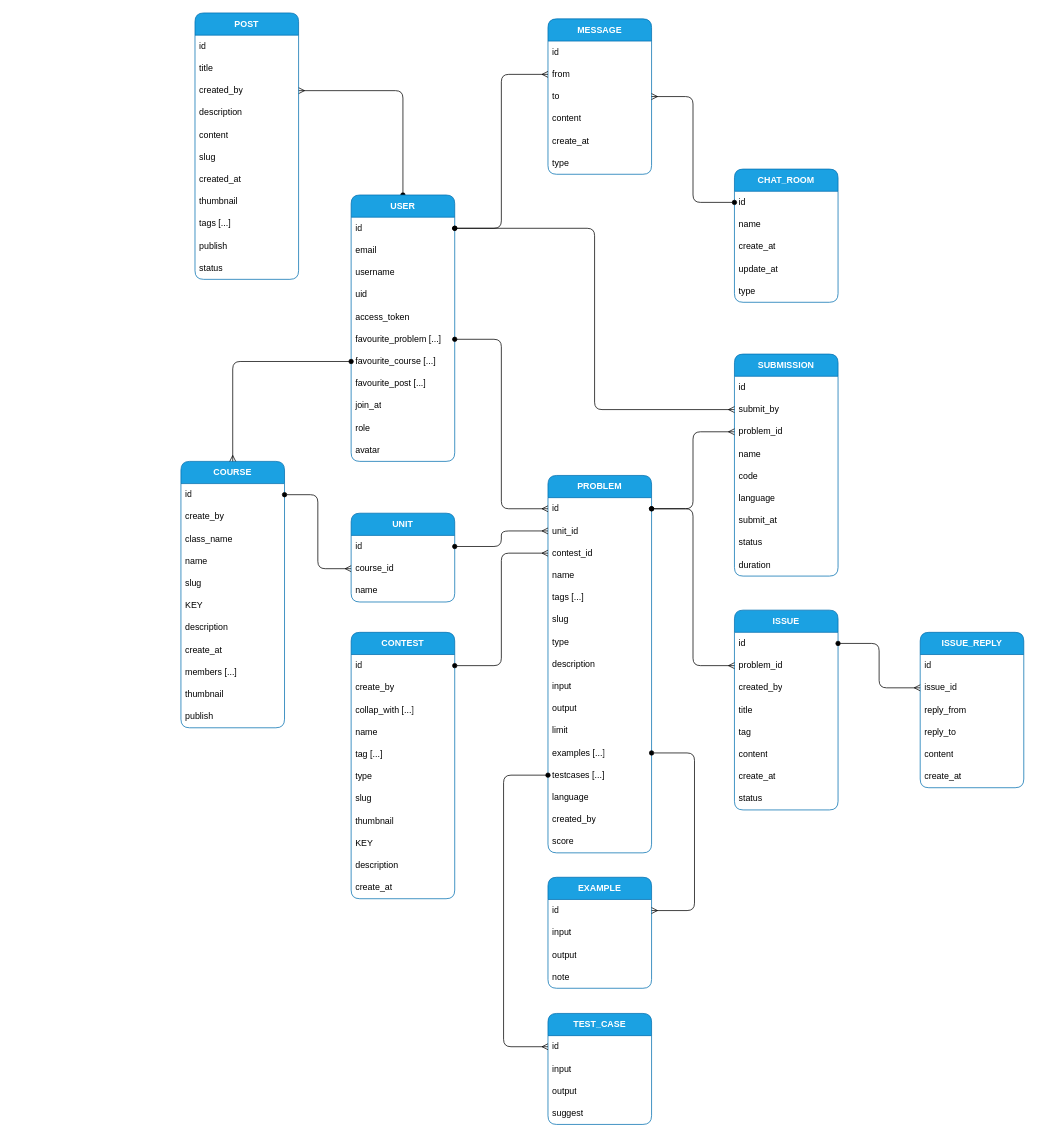
Above: docs/db.drawio in kakanvk/hicommit-server (draw.io), before the change. Source tidied: cells renumbered, new cells numbered last; positions are measured from the earlier drawing's top-left corner, leaving out a move shared by most shapes. Both pictures are drawn from the tidied source at 74%, with x=0, y=0 at pixel (181, 13).
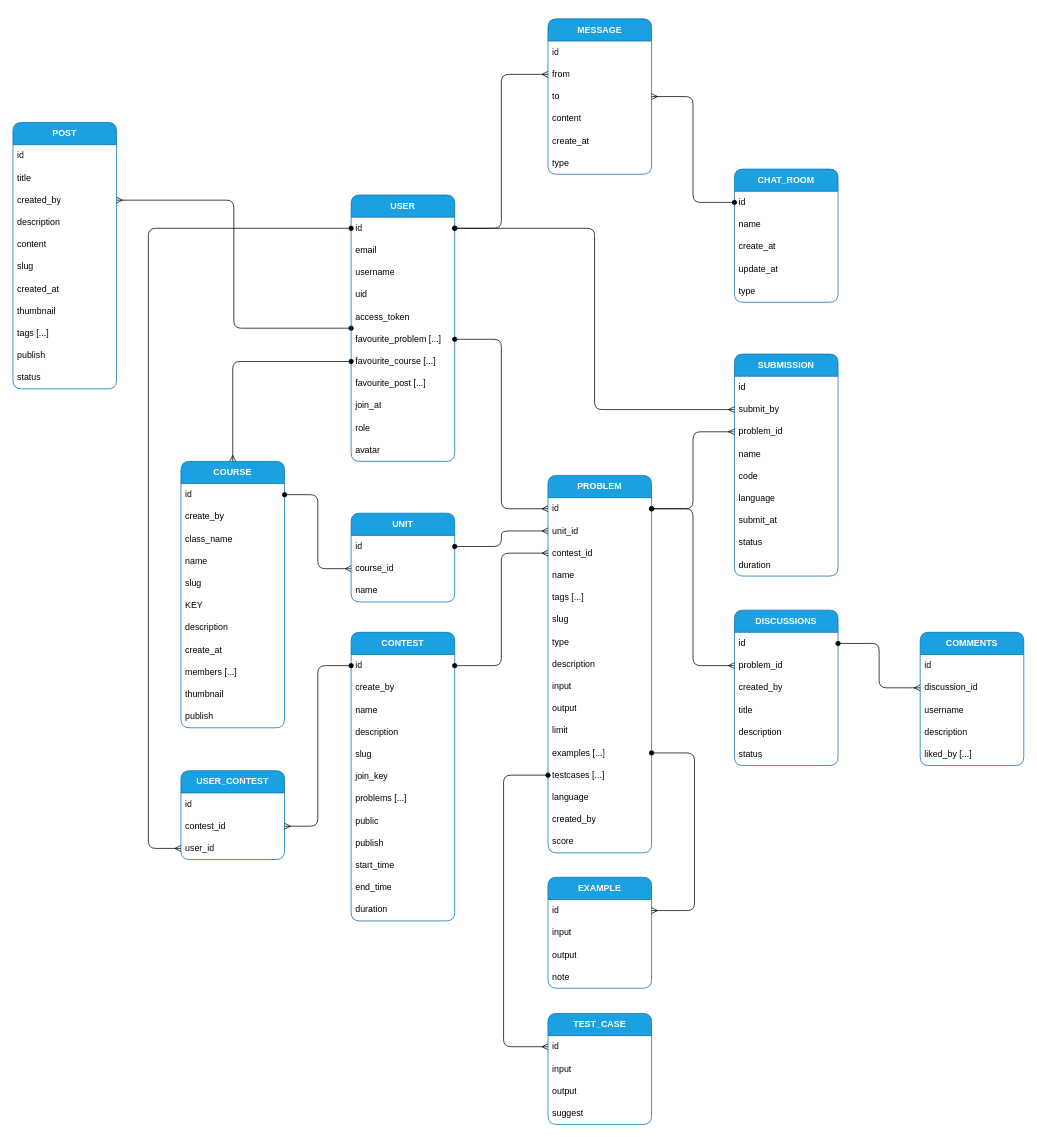
The same page after the edit.

Unchanged cells that the change refers to:
```xml
<mxCell id="38" value="id" style="text;strokeColor=none;fillColor=none;align=left;verticalAlign=middle;spacingLeft=4;spacingRight=4;overflow=hidden;points=[[0,0.5],[1,0.5]];portConstraint=eastwest;whiteSpace=wrap;html=1;" parent="37" vertex="1">
  <mxGeometry y="30" width="140" height="30" as="geometry" />
</mxCell>
<mxCell id="52" value="id" style="text;strokeColor=none;fillColor=none;align=left;verticalAlign=middle;spacingLeft=4;spacingRight=4;overflow=hidden;points=[[0,0.5],[1,0.5]];portConstraint=eastwest;whiteSpace=wrap;html=1;" parent="51" vertex="1">
  <mxGeometry y="30" width="140" height="30" as="geometry" />
</mxCell>
```

Change to the diagram source:
```diff
@@
     <mxCell id="37" value="&lt;b&gt;CONTEST&lt;/b&gt;" style="swimlane;fontStyle=0;horizontal=1;startSize=30;whiteSpace=wrap;html=1;rounded=1;fillColor=#1ba1e2;fontColor=#ffffff;strokeColor=#006EAF;arcSize=13;" parent="1" vertex="1">
-      <mxGeometry x="230" y="837" width="140" height="360" as="geometry" />
+      <mxGeometry x="230" y="837" width="140" height="390" as="geometry" />
     </mxCell>
@@
-    <mxCell id="40" value="collap_with [...]" style="text;strokeColor=none;fillColor=none;align=left;verticalAlign=middle;spacingLeft=4;spacingRight=4;overflow=hidden;whiteSpace=wrap;html=1;" parent="37" vertex="1">
-      <mxGeometry y="90" width="140" height="30" as="geometry" />
-    </mxCell>
     <mxCell id="41" value="name" style="text;strokeColor=none;fillColor=none;align=left;verticalAlign=middle;spacingLeft=4;spacingRight=4;overflow=hidden;whiteSpace=wrap;html=1;" parent="37" vertex="1">
-      <mxGeometry y="120" width="140" height="30" as="geometry" />
+      <mxGeometry y="90" width="140" height="30" as="geometry" />
     </mxCell>
-    <mxCell id="42" value="tag [...]" style="text;strokeColor=none;fillColor=none;align=left;verticalAlign=middle;spacingLeft=4;spacingRight=4;overflow=hidden;whiteSpace=wrap;html=1;" parent="37" vertex="1">
-      <mxGeometry y="150" width="140" height="30" as="geometry" />
-    </mxCell>
+    <mxCell id="47" value="description" style="text;strokeColor=none;fillColor=none;align=left;verticalAlign=middle;spacingLeft=4;spacingRight=4;overflow=hidden;whiteSpace=wrap;html=1;" parent="37" vertex="1">
+      <mxGeometry y="120" width="140" height="30" as="geometry" />
+    </mxCell>
+    <mxCell id="44" value="slug" style="text;strokeColor=none;fillColor=none;align=left;verticalAlign=middle;spacingLeft=4;spacingRight=4;overflow=hidden;whiteSpace=wrap;html=1;" parent="37" vertex="1">
+      <mxGeometry y="150" width="140" height="30" as="geometry" />
+    </mxCell>
+    <mxCell id="46" value="join_key" style="text;strokeColor=none;fillColor=none;align=left;verticalAlign=middle;spacingLeft=4;spacingRight=4;overflow=hidden;whiteSpace=wrap;html=1;" parent="37" vertex="1">
+      <mxGeometry y="180" width="140" height="30" as="geometry" />
+    </mxCell>
+    <mxCell id="134" value="problems [...]" style="text;strokeColor=none;fillColor=none;align=left;verticalAlign=middle;spacingLeft=4;spacingRight=4;overflow=hidden;whiteSpace=wrap;html=1;" parent="37" vertex="1">
+      <mxGeometry y="210" width="140" height="30" as="geometry" />
+    </mxCell>
+    <mxCell id="135" value="public" style="text;strokeColor=none;fillColor=none;align=left;verticalAlign=middle;spacingLeft=4;spacingRight=4;overflow=hidden;whiteSpace=wrap;html=1;enumerate=0;" parent="37" vertex="1">
+      <mxGeometry y="240" width="140" height="30" as="geometry" />
+    </mxCell>
-    <mxCell id="43" value="type" style="text;strokeColor=none;fillColor=none;align=left;verticalAlign=middle;spacingLeft=4;spacingRight=4;overflow=hidden;whiteSpace=wrap;html=1;enumerate=0;" parent="37" vertex="1">
-      <mxGeometry y="180" width="140" height="30" as="geometry" />
+    <mxCell id="43" value="publish" style="text;strokeColor=none;fillColor=none;align=left;verticalAlign=middle;spacingLeft=4;spacingRight=4;overflow=hidden;whiteSpace=wrap;html=1;enumerate=0;" parent="37" vertex="1">
+      <mxGeometry y="270" width="140" height="30" as="geometry" />
     </mxCell>
-    <mxCell id="44" value="slug" style="text;strokeColor=none;fillColor=none;align=left;verticalAlign=middle;spacingLeft=4;spacingRight=4;overflow=hidden;whiteSpace=wrap;html=1;" parent="37" vertex="1">
-      <mxGeometry y="210" width="140" height="30" as="geometry" />
-    </mxCell>
-    <mxCell id="45" value="thumbnail" style="text;strokeColor=none;fillColor=none;align=left;verticalAlign=middle;spacingLeft=4;spacingRight=4;overflow=hidden;whiteSpace=wrap;html=1;" parent="37" vertex="1">
-      <mxGeometry y="240" width="140" height="30" as="geometry" />
-    </mxCell>
-    <mxCell id="46" value="KEY" style="text;strokeColor=none;fillColor=none;align=left;verticalAlign=middle;spacingLeft=4;spacingRight=4;overflow=hidden;whiteSpace=wrap;html=1;" parent="37" vertex="1">
-      <mxGeometry y="270" width="140" height="30" as="geometry" />
-    </mxCell>
-    <mxCell id="47" value="description" style="text;strokeColor=none;fillColor=none;align=left;verticalAlign=middle;spacingLeft=4;spacingRight=4;overflow=hidden;whiteSpace=wrap;html=1;" parent="37" vertex="1">
-      <mxGeometry y="300" width="140" height="30" as="geometry" />
-    </mxCell>
-    <mxCell id="48" value="create_at" style="text;strokeColor=none;fillColor=none;align=left;verticalAlign=middle;spacingLeft=4;spacingRight=4;overflow=hidden;whiteSpace=wrap;html=1;" parent="37" vertex="1">
-      <mxGeometry y="330" width="140" height="30" as="geometry" />
-    </mxCell>
+    <mxCell id="136" value="start_time" style="text;strokeColor=none;fillColor=none;align=left;verticalAlign=middle;spacingLeft=4;spacingRight=4;overflow=hidden;whiteSpace=wrap;html=1;" parent="37" vertex="1">
+      <mxGeometry y="300" width="140" height="30" as="geometry" />
+    </mxCell>
+    <mxCell id="137" value="end_time" style="text;strokeColor=none;fillColor=none;align=left;verticalAlign=middle;spacingLeft=4;spacingRight=4;overflow=hidden;whiteSpace=wrap;html=1;" parent="37" vertex="1">
+      <mxGeometry y="330" width="140" height="30" as="geometry" />
+    </mxCell>
+    <mxCell id="138" value="duration" style="text;strokeColor=none;fillColor=none;align=left;verticalAlign=middle;spacingLeft=4;spacingRight=4;overflow=hidden;whiteSpace=wrap;html=1;" parent="37" vertex="1">
+      <mxGeometry y="360" width="140" height="30" as="geometry" />
+    </mxCell>
@@
-    <mxCell id="77" value="&lt;b&gt;ISSUE&lt;/b&gt;" style="swimlane;fontStyle=0;horizontal=1;startSize=30;whiteSpace=wrap;html=1;rounded=1;fillColor=#1ba1e2;fontColor=#ffffff;strokeColor=#006EAF;arcSize=13;" parent="1" vertex="1">
-      <mxGeometry x="748" y="807" width="140" height="270" as="geometry" />
+    <mxCell id="77" value="&lt;b&gt;DISCUSSIONS&lt;/b&gt;" style="swimlane;fontStyle=0;horizontal=1;startSize=30;whiteSpace=wrap;html=1;rounded=1;fillColor=#1ba1e2;fontColor=#ffffff;strokeColor=#006EAF;arcSize=13;" parent="1" vertex="1">
+      <mxGeometry x="748" y="807" width="140" height="210" as="geometry" />
     </mxCell>
@@
-    <mxCell id="82" value="tag" style="text;strokeColor=none;fillColor=none;align=left;verticalAlign=middle;spacingLeft=4;spacingRight=4;overflow=hidden;whiteSpace=wrap;html=1;" parent="77" vertex="1">
-      <mxGeometry y="150" width="140" height="30" as="geometry" />
-    </mxCell>
-    <mxCell id="83" value="content" style="text;strokeColor=none;fillColor=none;align=left;verticalAlign=middle;spacingLeft=4;spacingRight=4;overflow=hidden;whiteSpace=wrap;html=1;" parent="77" vertex="1">
-      <mxGeometry y="180" width="140" height="30" as="geometry" />
+    <mxCell id="83" value="description" style="text;strokeColor=none;fillColor=none;align=left;verticalAlign=middle;spacingLeft=4;spacingRight=4;overflow=hidden;whiteSpace=wrap;html=1;" parent="77" vertex="1">
+      <mxGeometry y="150" width="140" height="30" as="geometry" />
     </mxCell>
-    <mxCell id="84" value="create_at" style="text;strokeColor=none;fillColor=none;align=left;verticalAlign=middle;spacingLeft=4;spacingRight=4;overflow=hidden;whiteSpace=wrap;html=1;" parent="77" vertex="1">
-      <mxGeometry y="210" width="140" height="30" as="geometry" />
-    </mxCell>
     <mxCell id="85" value="status" style="text;strokeColor=none;fillColor=none;align=left;verticalAlign=middle;spacingLeft=4;spacingRight=4;overflow=hidden;whiteSpace=wrap;html=1;" parent="77" vertex="1">
-      <mxGeometry y="240" width="140" height="30" as="geometry" />
+      <mxGeometry y="180" width="140" height="30" as="geometry" />
     </mxCell>
@@
-    <mxCell id="87" value="&lt;b&gt;ISSUE_REPLY&lt;/b&gt;" style="swimlane;fontStyle=0;horizontal=1;startSize=30;whiteSpace=wrap;html=1;rounded=1;fillColor=#1ba1e2;fontColor=#ffffff;strokeColor=#006EAF;arcSize=13;" parent="1" vertex="1">
-      <mxGeometry x="999" y="837" width="140" height="210" as="geometry" />
+    <mxCell id="87" value="&lt;b&gt;COMMENTS&lt;/b&gt;" style="swimlane;fontStyle=0;horizontal=1;startSize=30;whiteSpace=wrap;html=1;rounded=1;fillColor=#1ba1e2;fontColor=#ffffff;strokeColor=#006EAF;arcSize=13;" parent="1" vertex="1">
+      <mxGeometry x="999" y="837" width="140" height="180" as="geometry" />
     </mxCell>
@@
-    <mxCell id="89" value="issue_id" style="text;strokeColor=none;fillColor=none;align=left;verticalAlign=middle;spacingLeft=4;spacingRight=4;overflow=hidden;points=[[0,0.5],[1,0.5]];portConstraint=eastwest;whiteSpace=wrap;html=1;" parent="87" vertex="1">
+    <mxCell id="89" value="discussion_id" style="text;strokeColor=none;fillColor=none;align=left;verticalAlign=middle;spacingLeft=4;spacingRight=4;overflow=hidden;points=[[0,0.5],[1,0.5]];portConstraint=eastwest;whiteSpace=wrap;html=1;" parent="87" vertex="1">
       <mxGeometry y="60" width="140" height="30" as="geometry" />
     </mxCell>
-    <mxCell id="90" value="reply_from" style="text;strokeColor=none;fillColor=none;align=left;verticalAlign=middle;spacingLeft=4;spacingRight=4;overflow=hidden;whiteSpace=wrap;html=1;" parent="87" vertex="1">
+    <mxCell id="90" value="username" style="text;strokeColor=none;fillColor=none;align=left;verticalAlign=middle;spacingLeft=4;spacingRight=4;overflow=hidden;whiteSpace=wrap;html=1;" parent="87" vertex="1">
       <mxGeometry y="90" width="140" height="30" as="geometry" />
     </mxCell>
-    <mxCell id="91" value="reply_to" style="text;strokeColor=none;fillColor=none;align=left;verticalAlign=middle;spacingLeft=4;spacingRight=4;overflow=hidden;whiteSpace=wrap;html=1;" parent="87" vertex="1">
-      <mxGeometry y="120" width="140" height="30" as="geometry" />
-    </mxCell>
-    <mxCell id="92" value="content" style="text;strokeColor=none;fillColor=none;align=left;verticalAlign=middle;spacingLeft=4;spacingRight=4;overflow=hidden;whiteSpace=wrap;html=1;" parent="87" vertex="1">
-      <mxGeometry y="150" width="140" height="30" as="geometry" />
+    <mxCell id="92" value="description" style="text;strokeColor=none;fillColor=none;align=left;verticalAlign=middle;spacingLeft=4;spacingRight=4;overflow=hidden;whiteSpace=wrap;html=1;" parent="87" vertex="1">
+      <mxGeometry y="120" width="140" height="30" as="geometry" />
     </mxCell>
-    <mxCell id="93" value="create_at" style="text;strokeColor=none;fillColor=none;align=left;verticalAlign=middle;spacingLeft=4;spacingRight=4;overflow=hidden;whiteSpace=wrap;html=1;" parent="87" vertex="1">
-      <mxGeometry y="180" width="140" height="30" as="geometry" />
-    </mxCell>
+    <mxCell id="139" value="liked_by [...]" style="text;strokeColor=none;fillColor=none;align=left;verticalAlign=middle;spacingLeft=4;spacingRight=4;overflow=hidden;whiteSpace=wrap;html=1;" parent="87" vertex="1">
+      <mxGeometry y="150" width="140" height="30" as="geometry" />
+    </mxCell>
@@
     <mxCell id="110" value="&lt;b&gt;POST&lt;/b&gt;" style="swimlane;fontStyle=0;horizontal=1;startSize=30;whiteSpace=wrap;html=1;rounded=1;fillColor=#1ba1e2;fontColor=#ffffff;strokeColor=#006EAF;arcSize=13;" parent="1" vertex="1">
-      <mxGeometry x="19" width="140" height="360" as="geometry" />
+      <mxGeometry x="-227" y="148" width="140" height="360" as="geometry" />
     </mxCell>
@@
+    <mxCell id="140" value="&lt;b&gt;USER_CONTEST&lt;/b&gt;" style="swimlane;fontStyle=0;horizontal=1;startSize=30;whiteSpace=wrap;html=1;rounded=1;fillColor=#1ba1e2;fontColor=#ffffff;strokeColor=#006EAF;arcSize=13;" parent="1" vertex="1">
+      <mxGeometry y="1024" width="140" height="120" as="geometry" />
+    </mxCell>
+    <mxCell id="141" value="id" style="text;strokeColor=none;fillColor=none;align=left;verticalAlign=middle;spacingLeft=4;spacingRight=4;overflow=hidden;whiteSpace=wrap;html=1;" parent="140" vertex="1">
+      <mxGeometry y="30" width="140" height="30" as="geometry" />
+    </mxCell>
+    <mxCell id="142" value="contest_id" style="text;strokeColor=none;fillColor=none;align=left;verticalAlign=middle;spacingLeft=4;spacingRight=4;overflow=hidden;points=[[0,0.5],[1,0.5]];portConstraint=eastwest;whiteSpace=wrap;html=1;" parent="140" vertex="1">
+      <mxGeometry y="60" width="140" height="30" as="geometry" />
+    </mxCell>
+    <mxCell id="143" value="user_id" style="text;strokeColor=none;fillColor=none;align=left;verticalAlign=middle;spacingLeft=4;spacingRight=4;overflow=hidden;points=[[0,0.5],[1,0.5]];portConstraint=eastwest;whiteSpace=wrap;html=1;" parent="140" vertex="1">
+      <mxGeometry y="90" width="140" height="30" as="geometry" />
+    </mxCell>
+    <mxCell id="144" style="edgeStyle=orthogonalEdgeStyle;html=1;exitX=0;exitY=0.5;exitDx=0;exitDy=0;entryX=1;entryY=0.5;entryDx=0;entryDy=0;startArrow=oval;startFill=1;endArrow=ERmany;endFill=0;" parent="1" edge="1" source="38" target="142">
+      <mxGeometry relative="1" as="geometry" />
+    </mxCell>
+    <mxCell id="145" style="edgeStyle=orthogonalEdgeStyle;html=1;exitX=0;exitY=0.5;exitDx=0;exitDy=0;entryX=0;entryY=0.5;entryDx=0;entryDy=0;startArrow=oval;startFill=1;endArrow=ERmany;endFill=0;" parent="1" edge="1" source="52" target="143">
+      <mxGeometry relative="1" as="geometry">
+        <Array as="points">
+          <mxPoint x="-44" y="291" />
+          <mxPoint x="-44" y="1129" />
+        </Array>
+      </mxGeometry>
+    </mxCell>
```
